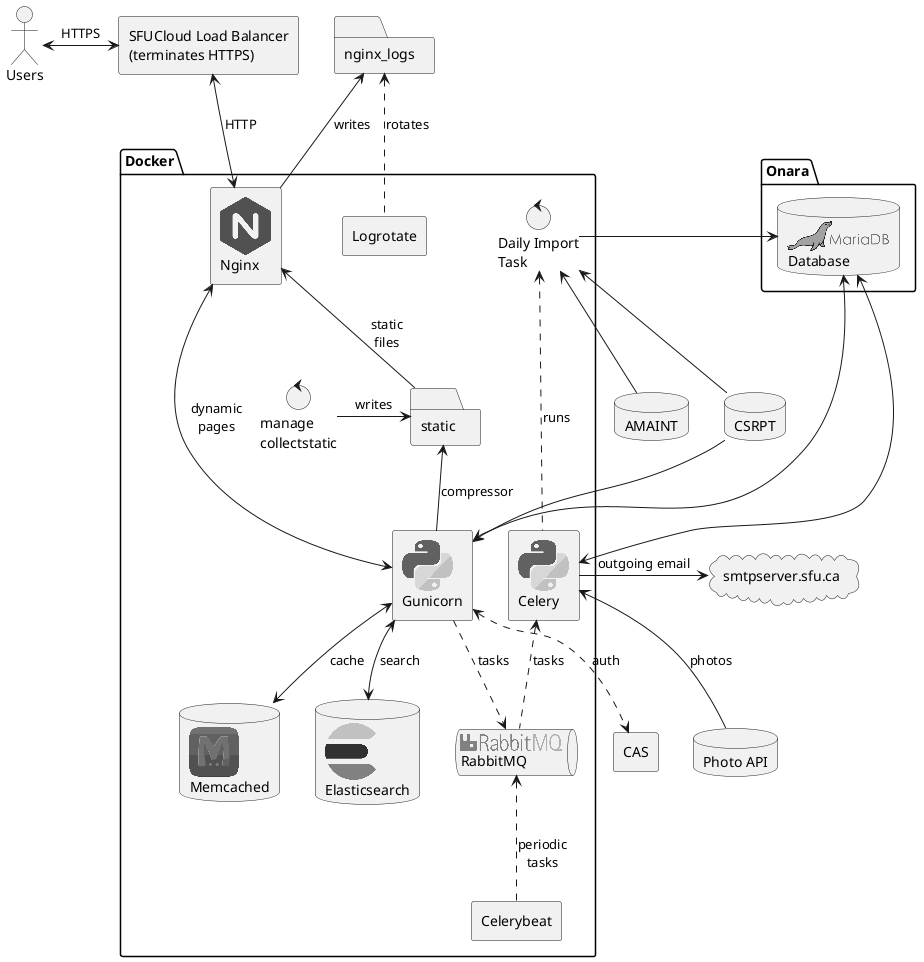
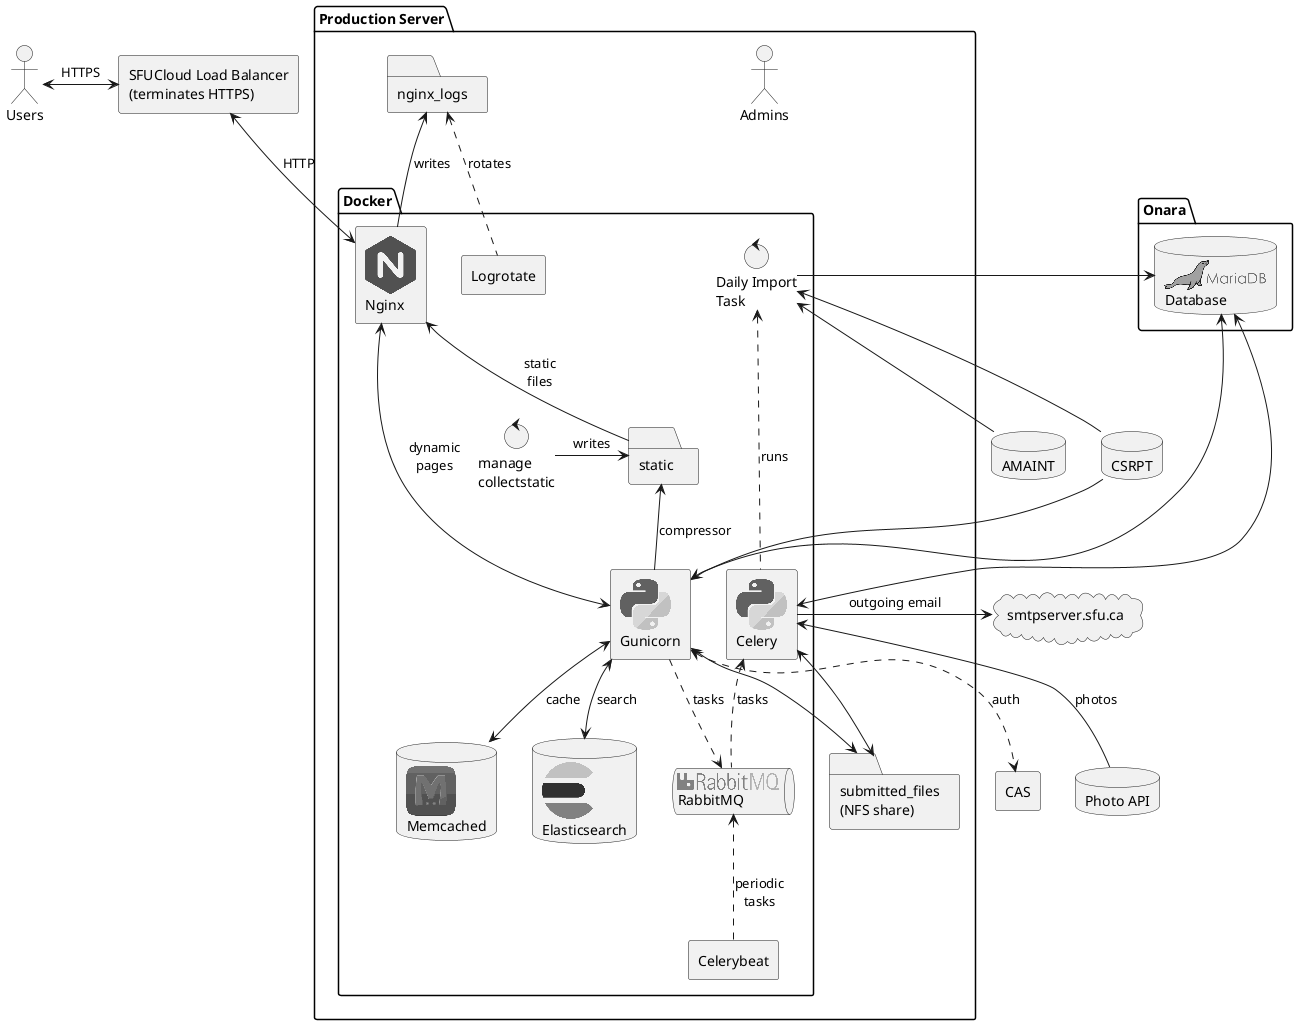
' To generate diagram:
' sudo apt install plantuml
' plantuml arch.puml

' https://github.com/plantuml/plantuml-stdlib/tree/master/stdlib/logos

@startuml

!include <logos/nginx>
!include <logos/gunicorn>
!include <logos/django>
!include <logos/rabbitmq>
!include <logos/ruby>
!include <logos/python>
!include <logos/rabbitmq>
!include <logos/memcached>
!include <logos/elasticsearch>
!include <logos/mariadb>

actor Users as users

agent "SFUCloud Load Balancer\n(terminates HTTPS)" as lb

users <-> lb : HTTPS

- package "Docker" {
-     folder "static" as static
-     control "Daily Import\nTask" as import
+ package "Production Server" {
+     actor Admins
+     package "Docker" {
+         folder "static" as static
+         control "Daily Import\nTask" as import

-     agent "<$python>\nCelery" as celery
-     agent "Celerybeat" as celerybeat
-     agent "<$nginx>\nNginx" as nginx
-     agent "<$python>\nGunicorn" as gunicorn
+         agent "<$python>\nCelery" as celery
+         agent "Celerybeat" as celerybeat
+         agent "<$nginx>\nNginx" as nginx
+         agent "<$python>\nGunicorn" as gunicorn

-     queue "<$rabbitmq>\nRabbitMQ" as rabbitmq
-     database "<$memcached>\nMemcached" as memcached
-     database "<$elasticsearch>\nElasticsearch" as elasticsearch
-     agent "Logrotate" as logrotate
+         queue "<$rabbitmq>\nRabbitMQ" as rabbitmq
+         database "<$memcached>\nMemcached" as memcached
+         database "<$elasticsearch>\nElasticsearch" as elasticsearch
+         agent "Logrotate" as logrotate

-     static <-- gunicorn  : "compressor"
-     'gunicorn --> static : "compressor"
-     nginx <-- static : "static\nfiles"
-     nginx <---> gunicorn : "dynamic\npages"
+         static <-- gunicorn  : "compressor"
+         'gunicorn --> static : "compressor"
+         nginx <-- static : "static\nfiles"
+         nginx <---> gunicorn : "dynamic\npages"

-     gunicorn ..> rabbitmq : tasks
-     celery <.. rabbitmq : tasks
-     gunicorn <--> memcached : cache
-     gunicorn <--> elasticsearch : search
-     rabbitmq <.. celerybeat : periodic\ntasks
-     import <... celery : runs
+         gunicorn ..> rabbitmq : tasks
+         celery <.. rabbitmq : tasks
+         gunicorn <--> memcached : cache
+         gunicorn <--> elasticsearch : search
+         rabbitmq <.. celerybeat : periodic\ntasks
+         import <... celery : runs

-     control "manage\ncollectstatic" as collectstatic
+         control "manage\ncollectstatic" as collectstatic
+     }
+ 
+     folder "nginx_logs" as nginx_logs
+     nginx_logs <-- nginx : writes
+     nginx_logs <.. logrotate : rotates
+ 
+     folder "submitted_files\n(NFS share)" as files
+     gunicorn <--> files
+     celery <--> files
+ 
}

package "Onara" {
    database "<$mariadb>\nDatabase" as db
}

lb <--> nginx : HTTP
db <--> gunicorn
db <--> celery
db <- import
+ 
+ 

'package "External APIs" {
    database "CSRPT" as csrpt
    agent "CAS" as cas
    database "Photo API" as photo
    database "AMAINT" as amaint
    cloud "smtpserver.sfu.ca" as email
'}

import <-- csrpt
'csrpt --> celery
csrpt --> gunicorn
gunicorn <..> cas : auth
celery <-- photo : photos
email <- celery : "outgoing email"
import <-- amaint

'static <- collectstatic : "writes"
collectstatic -> static : "writes"

- folder "nginx_logs" as nginx_logs
- nginx_logs <-- nginx : writes
- nginx_logs <.. logrotate : rotates

@enduml
